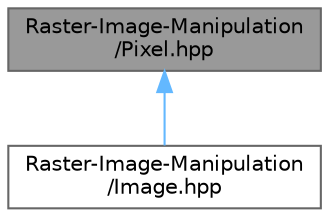
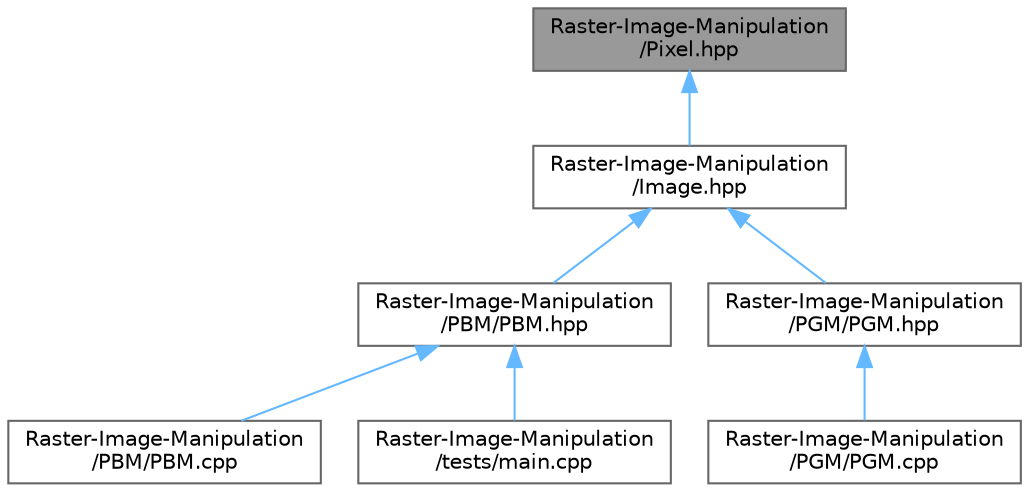
digraph "Raster-Image-Manipulation/Pixel.hpp"
{
 // LATEX_PDF_SIZE
  bgcolor="transparent";
  edge [fontname=Helvetica,fontsize=10,labelfontname=Helvetica,labelfontsize=10];
  node [fontname=Helvetica,fontsize=10,shape=box,height=0.2,width=0.4];
  Node1 [id="Node000001",label="Raster-Image-Manipulation\l/Pixel.hpp",height=0.2,width=0.4,color="gray40", fillcolor="grey60", style="filled", fontcolor="black",tooltip="Defines the atomic Pixel structure used across the image manipulation project."];
  Node1 -> Node2 [id="edge1_Node000001_Node000002",dir="back",color="steelblue1",style="solid",tooltip=" "];
  Node2 [id="Node000002",label="Raster-Image-Manipulation\l/Image.hpp",height=0.2,width=0.4,color="grey40", fillcolor="white", style="filled",URL="$Image_8hpp.html",tooltip="Defines the abstract base class for all raster image formats."];
+   Node2 -> Node3 [id="edge2_Node000002_Node000003",dir="back",color="steelblue1",style="solid",tooltip=" "];
+   Node3 [id="Node000003",label="Raster-Image-Manipulation\l/PBM/PBM.hpp",height=0.2,width=0.4,color="grey40", fillcolor="white", style="filled",URL="$PBM_8hpp.html",tooltip="Defines the concrete PBM (Portable BitMap) image format parser and serializer."];
+   Node3 -> Node4 [id="edge3_Node000003_Node000004",dir="back",color="steelblue1",style="solid",tooltip=" "];
+   Node4 [id="Node000004",label="Raster-Image-Manipulation\l/PBM/PBM.cpp",height=0.2,width=0.4,color="grey40", fillcolor="white", style="filled",URL="$PBM_8cpp.html",tooltip="Implements the PBM file parsing, serialization, and polymorphic behaviors."];
+   Node3 -> Node5 [id="edge4_Node000003_Node000005",dir="back",color="steelblue1",style="solid",tooltip=" "];
+   Node5 [id="Node000005",label="Raster-Image-Manipulation\l/tests/main.cpp",height=0.2,width=0.4,color="grey40", fillcolor="white", style="filled",URL="$main_8cpp.html",tooltip="Integration tests for verification of the PBM image parser framework."];
+   Node2 -> Node6 [id="edge5_Node000002_Node000006",dir="back",color="steelblue1",style="solid",tooltip=" "];
+   Node6 [id="Node000006",label="Raster-Image-Manipulation\l/PGM/PGM.hpp",height=0.2,width=0.4,color="grey40", fillcolor="white", style="filled",URL="$PGM_8hpp.html",tooltip="Defines the concrete PGM (Portable Graymap) image format parser and serializer."];
+   Node6 -> Node7 [id="edge6_Node000006_Node000007",dir="back",color="steelblue1",style="solid",tooltip=" "];
+   Node7 [id="Node000007",label="Raster-Image-Manipulation\l/PGM/PGM.cpp",height=0.2,width=0.4,color="grey40", fillcolor="white", style="filled",URL="$PGM_8cpp.html",tooltip=" "];
}
